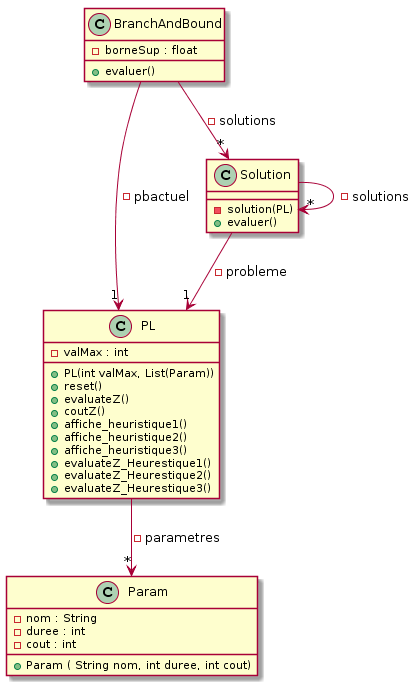
The PlantUML diagram diagramme.png in Reynault/Optimisation, before a commit. Its diagram source:
```plantuml
@startuml
class PL{
    - valMax : int
    + PL(int valMax, List(Param))
    + reset()
    + evaluateZ()
    + coutZ()
    + affiche_heuristique1()
    + affiche_heuristique2()
    + affiche_heuristique3()
    + evaluateZ_Heurestique1()
    + evaluateZ_Heurestique2()
    + evaluateZ_Heurestique3()
}

class Param{
    - nom : String
    - duree : int
    - cout : int
    + Param ( String nom, int duree, int cout)
}

class BranchAndBound{
    - borneSup : float
    + evaluer()
}

class Solution{
    - solution(PL)
    + evaluer()
}

PL  --> "*" Param : - parametres

BranchAndBound --> "*" Solution : - solutions
BranchAndBound --> "1" PL : - pbactuel

Solution --> "1" PL : - probleme
Solution --> "*" Solution : - solutions
@enduml
```
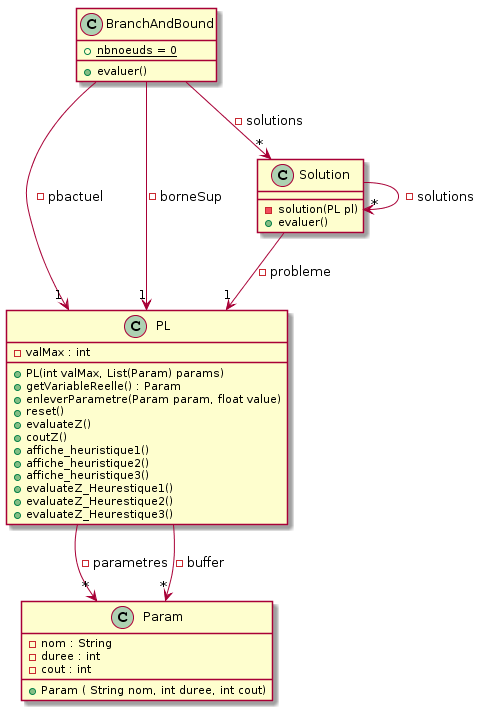
After the change.

Commit message:
Modification du diagramme de classes et ajout des screenshots dans le rapport

What changed in the source:
```diff
@@ -1,7 +1,9 @@
 @startuml
 class PL{
     - valMax : int
-    + PL(int valMax, List(Param))
+    + PL(int valMax, List(Param) params)
+    + getVariableReelle() : Param
+    + enleverParametre(Param param, float value)
     + reset()
     + evaluateZ()
     + coutZ()
@@ -21,19 +23,21 @@
 }
 
 class BranchAndBound{
-    - borneSup : float
+    + {static} nbnoeuds = 0
     + evaluer()
 }
 
 class Solution{
-    - solution(PL)
+    - solution(PL pl)
     + evaluer()
 }
 
 PL  --> "*" Param : - parametres
+PL --> "*" Param : - buffer
 
 BranchAndBound --> "*" Solution : - solutions
 BranchAndBound --> "1" PL : - pbactuel
+BranchAndBound --> "1" PL : - borneSup
 
 Solution --> "1" PL : - probleme
 Solution --> "*" Solution : - solutions
```
